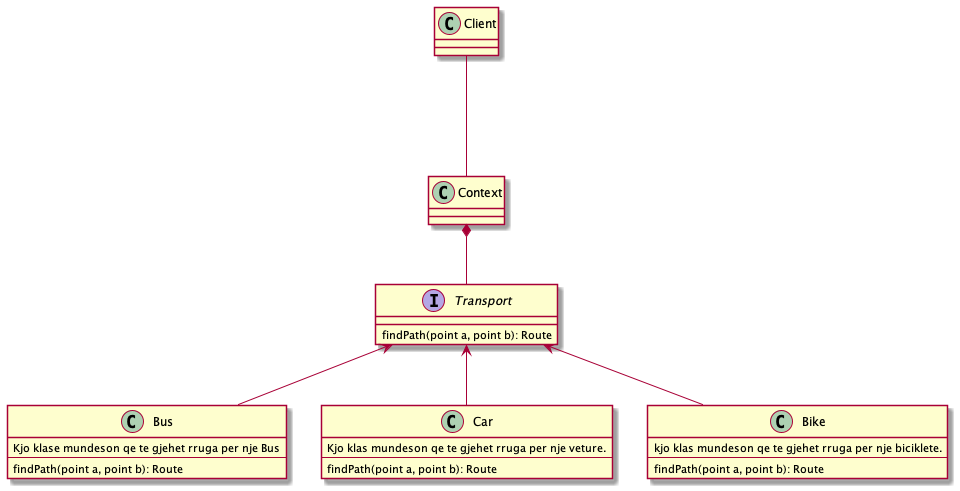
Before: assets/diagrams/transporti.png, a diagram exported from PlantUML (Programerat/programerat.github.io). The source it was exported from:
```plantuml
@startuml

class Client
class Context
Client --- Context
interface Transport {
findPath(point a, point b): Route
}
Context *-- Transport

class Bus {
    Kjo klase mundeson qe te gjehet rruga per nje Bus
    ---
    findPath(point a, point b): Route
}
class Car {
    Kjo klas mundeson qe te gjehet rruga per nje veture.
    ---
    findPath(point a, point b): Route
}

class Bike {
    kjo klas mundeson qe te gjehet rruga per nje biciklete.
    ---
    findPath(point a, point b): Route
}

Transport <-- Bus
Transport <-- Car
Transport <-- Bike
@enduml
```
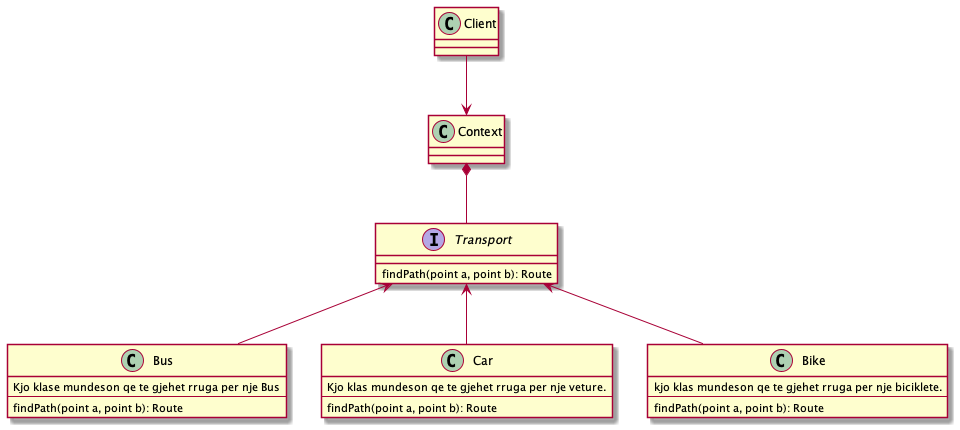
The same file after the commit.

What changed in the source:
```diff
@@ -2,11 +2,10 @@
 
 class Client
 class Context
-Client --- Context
+
 interface Transport {
 findPath(point a, point b): Route
 }
-Context *-- Transport
 
 class Bus {
     Kjo klase mundeson qe te gjehet rruga per nje Bus
@@ -25,6 +24,8 @@
     findPath(point a, point b): Route
 }
 
+Context *-- Transport
+Client --> Context
 Transport <-- Bus
 Transport <-- Car
 Transport <-- Bike
```
